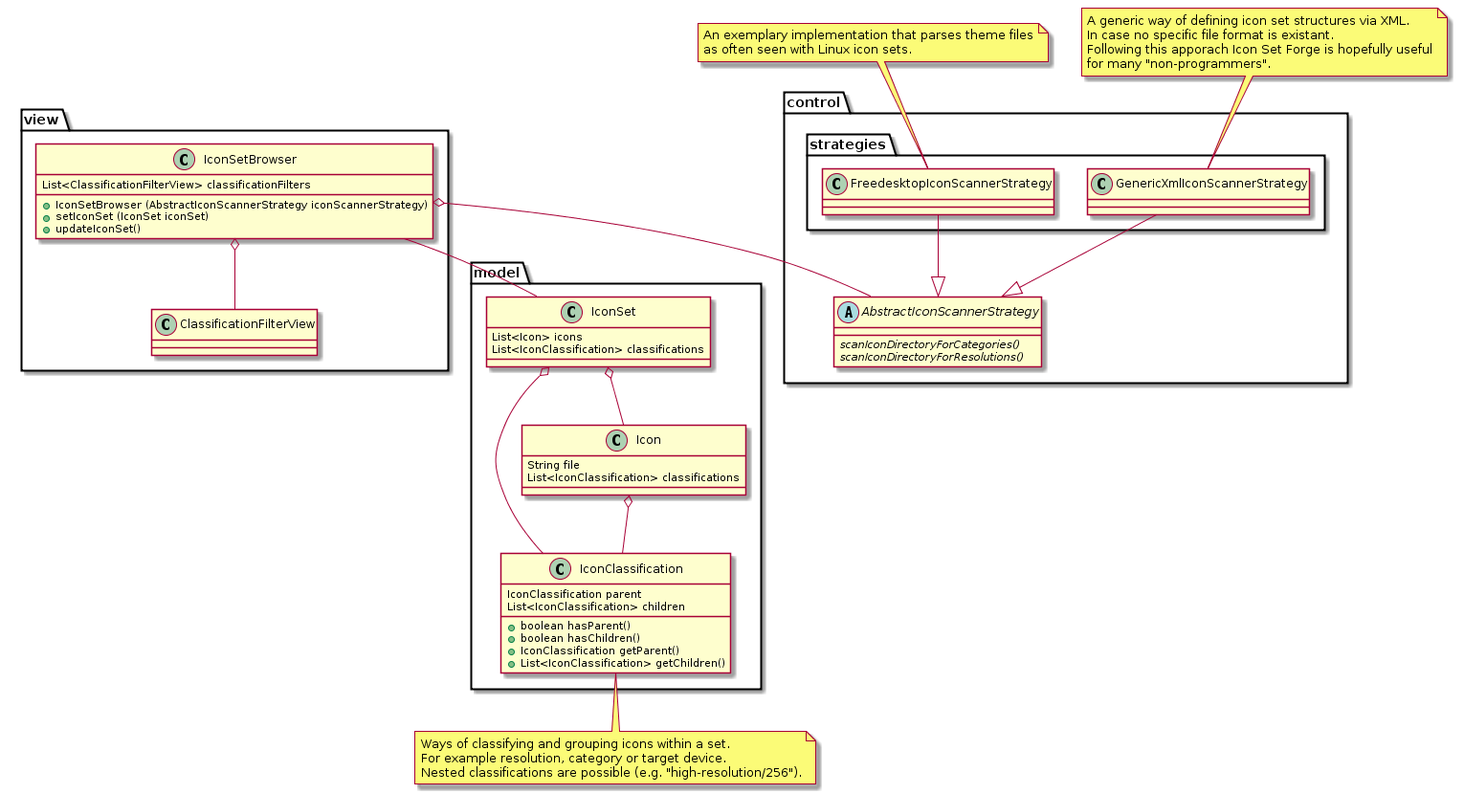
Above: Concept/classes.png in Manuel-Kehl/Icon-Set-Forge (PlantUML), before the change.
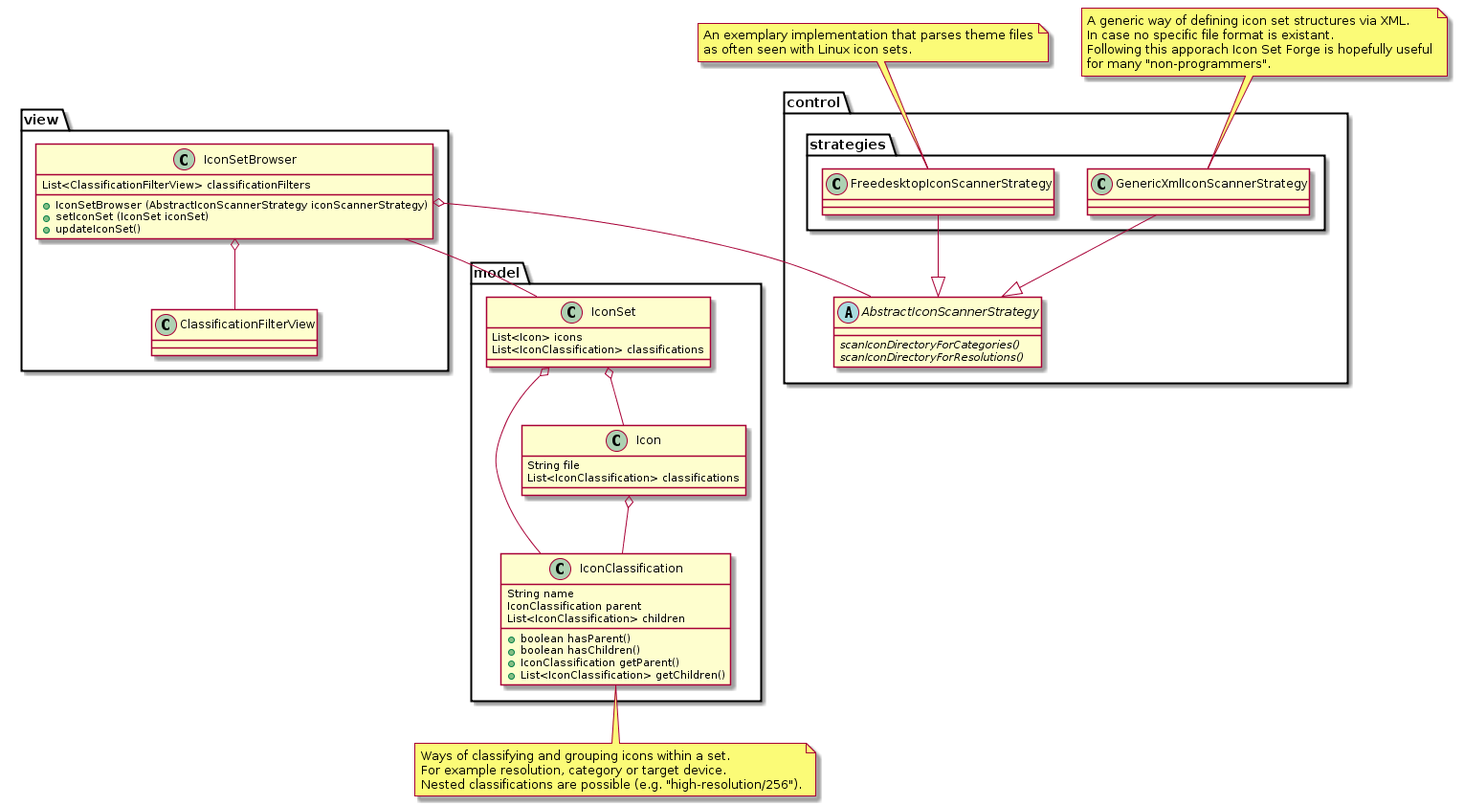
Above is the later version.

Commit message:
Added a "name" attribute to IconClassification.

What changed in the source:
```diff
@@ -23,6 +23,7 @@
 
 package model {
 	class IconClassification {
+		String name
 		IconClassification parent
 		List<IconClassification> children
 		+ boolean hasParent()
```
